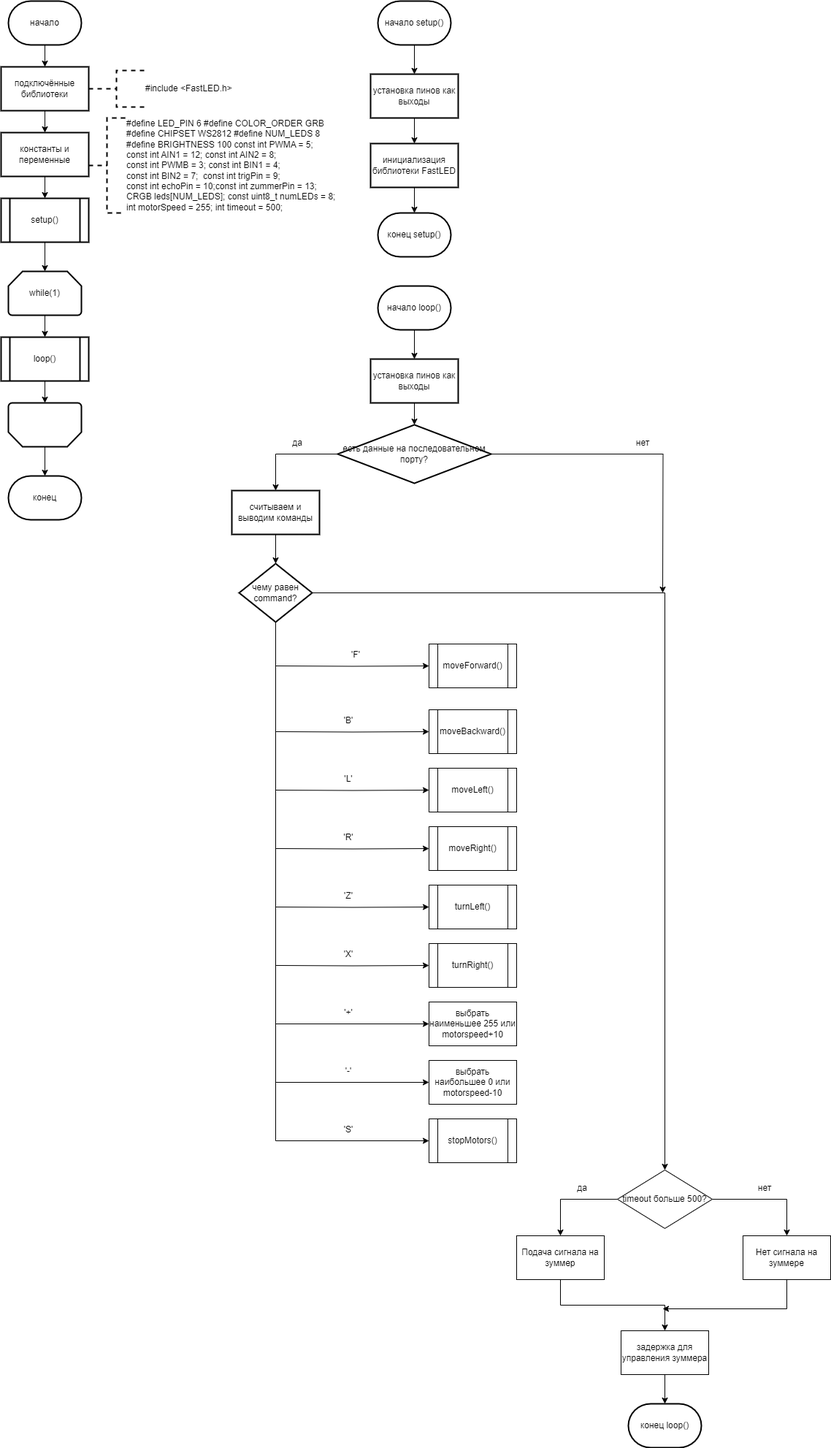
Before: Sem_2/shemaprogram.drawio.png, a diagram exported from draw.io (ksinph/PSTU_LABS_2023). Source tidied: cells renumbered, new cells last; positions are measured from the earlier drawing's top-left corner, leaving out a move shared by most shapes. Source of this version:
```xml
<mxGraphModel>
  <root>
    <mxCell id="0" />
    <mxCell id="1" parent="0" />
    <mxCell id="2" style="edgeStyle=orthogonalEdgeStyle;rounded=0;jettySize=auto;html=1;" parent="1" edge="1" source="3" target="5">
      <mxGeometry relative="1" as="geometry" />
    </mxCell>
    <mxCell id="3" value="начало" style="strokeWidth=2;html=1;shape=mxgraph.flowchart.terminator;whiteSpace=wrap;" parent="1" vertex="1">
      <mxGeometry x="10" width="100" height="60" as="geometry" />
    </mxCell>
    <mxCell id="4" style="edgeStyle=orthogonalEdgeStyle;rounded=0;jettySize=auto;html=1;" parent="1" edge="1" source="5" target="7">
      <mxGeometry relative="1" as="geometry" />
    </mxCell>
    <mxCell id="5" value="подключённые библиотеки" style="whiteSpace=wrap;html=1;strokeWidth=2;" parent="1" vertex="1">
      <mxGeometry y="90" width="120" height="60" as="geometry" />
    </mxCell>
    <mxCell id="6" style="edgeStyle=orthogonalEdgeStyle;rounded=0;jettySize=auto;html=1;" parent="1" edge="1" source="7" target="9">
      <mxGeometry relative="1" as="geometry" />
    </mxCell>
    <mxCell id="7" value="константы и переменные" style="whiteSpace=wrap;html=1;strokeWidth=2;" parent="1" vertex="1">
      <mxGeometry y="180" width="120" height="60" as="geometry" />
    </mxCell>
    <mxCell id="8" style="edgeStyle=orthogonalEdgeStyle;rounded=0;jettySize=auto;html=1;exitX=0.5;exitY=1;exitDx=0;exitDy=0;" parent="1" edge="1" source="9" target="11">
      <mxGeometry relative="1" as="geometry" />
    </mxCell>
    <mxCell id="9" value="setup()" style="shape=process;whiteSpace=wrap;html=1;backgroundOutline=1;strokeWidth=2;" parent="1" vertex="1">
      <mxGeometry y="270" width="120" height="60" as="geometry" />
    </mxCell>
    <mxCell id="10" style="edgeStyle=orthogonalEdgeStyle;rounded=0;jettySize=auto;html=1;" parent="1" edge="1" source="11" target="12">
      <mxGeometry relative="1" as="geometry" />
    </mxCell>
    <mxCell id="11" value="while(1)" style="strokeWidth=2;html=1;shape=mxgraph.flowchart.loop_limit;whiteSpace=wrap;" parent="1" vertex="1">
      <mxGeometry x="10" y="370" width="100" height="60" as="geometry" />
    </mxCell>
    <mxCell id="12" value="loop()" style="shape=process;whiteSpace=wrap;html=1;backgroundOutline=1;strokeWidth=2;" parent="1" vertex="1">
      <mxGeometry y="460" width="120" height="60" as="geometry" />
    </mxCell>
    <mxCell id="13" style="strokeWidth=2;html=1;shape=mxgraph.flowchart.loop_limit;whiteSpace=wrap;rotation=-180;" parent="1" vertex="1">
      <mxGeometry x="10" y="550" width="100" height="60" as="geometry" />
    </mxCell>
    <mxCell id="14" style="edgeStyle=orthogonalEdgeStyle;rounded=0;jettySize=auto;html=1;exitX=0.5;exitY=1;exitDx=0;exitDy=0;entryX=0.5;entryY=1;entryDx=0;entryDy=0;entryPerimeter=0;" parent="1" edge="1" source="12" target="13">
      <mxGeometry relative="1" as="geometry" />
    </mxCell>
    <mxCell id="15" value="конец" style="strokeWidth=2;html=1;shape=mxgraph.flowchart.terminator;whiteSpace=wrap;" parent="1" vertex="1">
      <mxGeometry x="10" y="650" width="100" height="60" as="geometry" />
    </mxCell>
    <mxCell id="16" style="edgeStyle=orthogonalEdgeStyle;rounded=0;jettySize=auto;html=1;exitX=0.5;exitY=0;exitDx=0;exitDy=0;exitPerimeter=0;entryX=0.5;entryY=0;entryDx=0;entryDy=0;entryPerimeter=0;" parent="1" edge="1" source="13" target="15">
      <mxGeometry relative="1" as="geometry" />
    </mxCell>
    <mxCell id="17" value="#include &amp;lt;FastLED.h&amp;gt;" style="strokeWidth=2;html=1;shape=mxgraph.flowchart.annotation_2;align=left;labelPosition=right;dashed=1;" parent="1" vertex="1">
      <mxGeometry x="120" y="95" width="76" height="50" as="geometry" />
    </mxCell>
    <mxCell id="18" value="&lt;div&gt;#define LED_PIN 6&amp;nbsp;&lt;span style=&quot;background-color: initial;&quot;&gt;#define COLOR_ORDER GRB&lt;/span&gt;&lt;/div&gt;&lt;div&gt;#define CHIPSET WS2812&amp;nbsp;&lt;span style=&quot;background-color: initial;&quot;&gt;#define NUM_LEDS 8&lt;/span&gt;&lt;/div&gt;&lt;div&gt;#define BRIGHTNESS 100&amp;nbsp;&lt;span style=&quot;background-color: initial;&quot;&gt;const int PWMA = 5;&amp;nbsp;&lt;/span&gt;&lt;/div&gt;&lt;div&gt;const int AIN1 = 12;&amp;nbsp;&lt;span style=&quot;background-color: initial;&quot;&gt;const int AIN2 = 8;&amp;nbsp;&lt;/span&gt;&lt;/div&gt;&lt;div&gt;const int PWMB = 3;&amp;nbsp;&lt;span style=&quot;background-color: initial;&quot;&gt;const int BIN1 = 4;&amp;nbsp;&amp;nbsp;&lt;/span&gt;&lt;/div&gt;&lt;div&gt;const int BIN2 = 7;&amp;nbsp;&amp;nbsp;&lt;span style=&quot;background-color: initial;&quot;&gt;const int trigPin = 9;&lt;/span&gt;&lt;/div&gt;&lt;div&gt;const int echoPin = 10;&lt;span style=&quot;background-color: initial;&quot;&gt;const int zummerPin = 13;&lt;/span&gt;&lt;/div&gt;&lt;div&gt;CRGB leds[NUM_LEDS];&amp;nbsp;&lt;span style=&quot;background-color: initial;&quot;&gt;const uint8_t numLEDs = 8;&amp;nbsp;&lt;/span&gt;&lt;/div&gt;&lt;div&gt;&lt;span style=&quot;background-color: initial;&quot;&gt;int motorSpeed = 255;&amp;nbsp;&lt;/span&gt;&lt;span style=&quot;background-color: initial;&quot;&gt;int timeout = 500;&lt;/span&gt;&lt;/div&gt;" style="strokeWidth=2;html=1;shape=mxgraph.flowchart.annotation_2;align=left;labelPosition=right;dashed=1;" parent="1" vertex="1">
      <mxGeometry x="120" y="160" width="50" height="130" as="geometry" />
    </mxCell>
    <mxCell id="19" style="edgeStyle=orthogonalEdgeStyle;rounded=0;jettySize=auto;html=1;" parent="1" edge="1" source="20" target="23">
      <mxGeometry relative="1" as="geometry" />
    </mxCell>
    <mxCell id="20" value="начало setup()" style="strokeWidth=2;html=1;shape=mxgraph.flowchart.terminator;whiteSpace=wrap;" parent="1" vertex="1">
      <mxGeometry x="516" width="100" height="60" as="geometry" />
    </mxCell>
    <mxCell id="21" value="конец setup()" style="strokeWidth=2;html=1;shape=mxgraph.flowchart.terminator;whiteSpace=wrap;" parent="1" vertex="1">
      <mxGeometry x="516" y="290" width="100" height="60" as="geometry" />
    </mxCell>
    <mxCell id="22" style="edgeStyle=orthogonalEdgeStyle;rounded=0;jettySize=auto;html=1;" parent="1" edge="1" source="23" target="24">
      <mxGeometry relative="1" as="geometry" />
    </mxCell>
    <mxCell id="23" value="установка пинов как выходы" style="whiteSpace=wrap;html=1;strokeWidth=2;" parent="1" vertex="1">
      <mxGeometry x="506" y="100" width="120" height="60" as="geometry" />
    </mxCell>
    <mxCell id="24" value="инициализация библиотеки FastLED" style="whiteSpace=wrap;html=1;strokeWidth=2;" parent="1" vertex="1">
      <mxGeometry x="506" y="195" width="120" height="60" as="geometry" />
    </mxCell>
    <mxCell id="25" style="edgeStyle=orthogonalEdgeStyle;rounded=0;jettySize=auto;html=1;exitX=0.5;exitY=1;exitDx=0;exitDy=0;entryX=0.5;entryY=0;entryDx=0;entryDy=0;entryPerimeter=0;" parent="1" edge="1" source="24" target="21">
      <mxGeometry relative="1" as="geometry" />
    </mxCell>
    <mxCell id="26" style="edgeStyle=orthogonalEdgeStyle;rounded=0;jettySize=auto;html=1;" parent="1" edge="1" source="27" target="29">
      <mxGeometry relative="1" as="geometry" />
    </mxCell>
    <mxCell id="27" value="начало loop()" style="strokeWidth=2;html=1;shape=mxgraph.flowchart.terminator;whiteSpace=wrap;" parent="1" vertex="1">
      <mxGeometry x="516" y="390" width="100" height="60" as="geometry" />
    </mxCell>
    <mxCell id="28" style="edgeStyle=orthogonalEdgeStyle;rounded=0;jettySize=auto;html=1;" parent="1" edge="1" source="29" target="32">
      <mxGeometry relative="1" as="geometry" />
    </mxCell>
    <mxCell id="29" value="установка пинов как выходы" style="whiteSpace=wrap;html=1;strokeWidth=2;" parent="1" vertex="1">
      <mxGeometry x="506" y="490" width="120" height="60" as="geometry" />
    </mxCell>
    <mxCell id="30" style="edgeStyle=orthogonalEdgeStyle;rounded=0;jettySize=auto;html=1;" parent="1" edge="1" source="32" target="34">
      <mxGeometry relative="1" as="geometry" />
    </mxCell>
    <mxCell id="31" style="edgeStyle=orthogonalEdgeStyle;rounded=0;jettySize=auto;html=1;exitX=1;exitY=0.5;exitDx=0;exitDy=0;" parent="1" edge="1" source="32">
      <mxGeometry relative="1" as="geometry">
        <mxPoint x="906" y="810" as="targetPoint" />
      </mxGeometry>
    </mxCell>
    <mxCell id="32" value="есть данные на последовательном порту?" style="rhombus;whiteSpace=wrap;html=1;strokeWidth=2;" parent="1" vertex="1">
      <mxGeometry x="461" y="580" width="210" height="80" as="geometry" />
    </mxCell>
    <mxCell id="33" style="edgeStyle=orthogonalEdgeStyle;rounded=0;jettySize=auto;html=1;" parent="1" edge="1" source="34" target="37">
      <mxGeometry relative="1" as="geometry" />
    </mxCell>
    <mxCell id="34" value="считываем и выводим команды" style="whiteSpace=wrap;html=1;strokeWidth=2;" parent="1" vertex="1">
      <mxGeometry x="316" y="670" width="120" height="60" as="geometry" />
    </mxCell>
    <mxCell id="35" style="edgeStyle=orthogonalEdgeStyle;rounded=0;jettySize=auto;html=1;exitX=0.5;exitY=1;exitDx=0;exitDy=0;entryX=0;entryY=0.5;entryDx=0;entryDy=0;" parent="1" edge="1" source="37" target="54">
      <mxGeometry relative="1" as="geometry" />
    </mxCell>
    <mxCell id="36" style="edgeStyle=orthogonalEdgeStyle;rounded=0;jettySize=auto;html=1;exitX=1;exitY=0.5;exitDx=0;exitDy=0;entryX=0.5;entryY=0;entryDx=0;entryDy=0;" parent="1" edge="1" source="37" target="57">
      <mxGeometry relative="1" as="geometry" />
    </mxCell>
    <mxCell id="37" value="чему равен command?" style="rhombus;whiteSpace=wrap;html=1;strokeWidth=2;" parent="1" vertex="1">
      <mxGeometry x="326" y="770" width="100" height="80" as="geometry" />
    </mxCell>
    <mxCell id="38" style="edgeStyle=orthogonalEdgeStyle;rounded=0;jettySize=auto;html=1;" parent="1" edge="1" target="39">
      <mxGeometry relative="1" as="geometry">
        <mxPoint x="376" y="910" as="sourcePoint" />
      </mxGeometry>
    </mxCell>
    <mxCell id="39" value="moveForward()" style="shape=process;whiteSpace=wrap;html=1;backgroundOutline=1;" parent="1" vertex="1">
      <mxGeometry x="586" y="880" width="120" height="60" as="geometry" />
    </mxCell>
    <mxCell id="40" style="edgeStyle=orthogonalEdgeStyle;rounded=0;jettySize=auto;html=1;" parent="1" edge="1" target="41">
      <mxGeometry relative="1" as="geometry">
        <mxPoint x="376" y="1000" as="sourcePoint" />
      </mxGeometry>
    </mxCell>
    <mxCell id="41" value="moveBackward()" style="shape=process;whiteSpace=wrap;html=1;backgroundOutline=1;" parent="1" vertex="1">
      <mxGeometry x="586" y="970" width="120" height="60" as="geometry" />
    </mxCell>
    <mxCell id="42" style="edgeStyle=orthogonalEdgeStyle;rounded=0;jettySize=auto;html=1;" parent="1" edge="1" target="43">
      <mxGeometry relative="1" as="geometry">
        <mxPoint x="376" y="1080" as="sourcePoint" />
      </mxGeometry>
    </mxCell>
    <mxCell id="43" value="moveLeft()" style="shape=process;whiteSpace=wrap;html=1;backgroundOutline=1;" parent="1" vertex="1">
      <mxGeometry x="586" y="1050" width="120" height="60" as="geometry" />
    </mxCell>
    <mxCell id="44" style="edgeStyle=orthogonalEdgeStyle;rounded=0;jettySize=auto;html=1;" parent="1" edge="1" target="45">
      <mxGeometry relative="1" as="geometry">
        <mxPoint x="376" y="1160" as="sourcePoint" />
      </mxGeometry>
    </mxCell>
    <mxCell id="45" value="moveRight()" style="shape=process;whiteSpace=wrap;html=1;backgroundOutline=1;" parent="1" vertex="1">
      <mxGeometry x="586" y="1130" width="120" height="60" as="geometry" />
    </mxCell>
    <mxCell id="46" style="edgeStyle=orthogonalEdgeStyle;rounded=0;jettySize=auto;html=1;" parent="1" edge="1" target="47">
      <mxGeometry relative="1" as="geometry">
        <mxPoint x="376" y="1240" as="sourcePoint" />
      </mxGeometry>
    </mxCell>
    <mxCell id="47" value="turnLeft()" style="shape=process;whiteSpace=wrap;html=1;backgroundOutline=1;" parent="1" vertex="1">
      <mxGeometry x="586" y="1210" width="120" height="60" as="geometry" />
    </mxCell>
    <mxCell id="48" style="edgeStyle=orthogonalEdgeStyle;rounded=0;jettySize=auto;html=1;" parent="1" edge="1" target="49">
      <mxGeometry relative="1" as="geometry">
        <mxPoint x="376" y="1320" as="sourcePoint" />
      </mxGeometry>
    </mxCell>
    <mxCell id="49" value="turnRight()" style="shape=process;whiteSpace=wrap;html=1;backgroundOutline=1;" parent="1" vertex="1">
      <mxGeometry x="586" y="1290" width="120" height="60" as="geometry" />
    </mxCell>
    <mxCell id="50" style="edgeStyle=orthogonalEdgeStyle;rounded=0;orthogonalLoop=1;jettySize=auto;html=1;" parent="1" edge="1">
      <mxGeometry relative="1" as="geometry">
        <mxPoint x="376" y="1400" as="sourcePoint" />
        <mxPoint x="586" y="1400" as="targetPoint" />
      </mxGeometry>
    </mxCell>
    <mxCell id="51" style="edgeStyle=orthogonalEdgeStyle;rounded=0;orthogonalLoop=1;jettySize=auto;html=1;" parent="1" edge="1">
      <mxGeometry relative="1" as="geometry">
        <mxPoint x="376" y="1480" as="sourcePoint" />
        <mxPoint x="586" y="1480" as="targetPoint" />
      </mxGeometry>
    </mxCell>
    <mxCell id="52" value="выбрать наименьшее 255 или motorspeed+10" style="rounded=0;whiteSpace=wrap;html=1;" parent="1" vertex="1">
      <mxGeometry x="586" y="1370" width="120" height="60" as="geometry" />
    </mxCell>
    <mxCell id="53" value="выбрать наибольшее 0 или motorspeed-10" style="rounded=0;whiteSpace=wrap;html=1;" parent="1" vertex="1">
      <mxGeometry x="586" y="1450" width="120" height="60" as="geometry" />
    </mxCell>
    <mxCell id="54" value="stopMotors()" style="shape=process;whiteSpace=wrap;html=1;backgroundOutline=1;" parent="1" vertex="1">
      <mxGeometry x="586" y="1530" width="120" height="60" as="geometry" />
    </mxCell>
    <mxCell id="55" style="edgeStyle=orthogonalEdgeStyle;rounded=0;jettySize=auto;html=1;" parent="1" edge="1" source="57" target="68">
      <mxGeometry relative="1" as="geometry" />
    </mxCell>
    <mxCell id="56" style="edgeStyle=orthogonalEdgeStyle;rounded=0;jettySize=auto;html=1;" parent="1" edge="1" source="57" target="70">
      <mxGeometry relative="1" as="geometry" />
    </mxCell>
    <mxCell id="57" value="timeout больше 500?" style="rhombus;whiteSpace=wrap;html=1;" parent="1" vertex="1">
      <mxGeometry x="844" y="1600" width="130" height="80" as="geometry" />
    </mxCell>
    <mxCell id="58" value="'F'" style="text;html=1;align=center;verticalAlign=middle;whiteSpace=wrap;rounded=0;" parent="1" vertex="1">
      <mxGeometry x="456" y="880" width="60" height="30" as="geometry" />
    </mxCell>
    <mxCell id="59" value="'B'" style="text;html=1;align=center;verticalAlign=middle;whiteSpace=wrap;rounded=0;" parent="1" vertex="1">
      <mxGeometry x="446" y="970" width="60" height="30" as="geometry" />
    </mxCell>
    <mxCell id="60" value="'L'" style="text;html=1;align=center;verticalAlign=middle;whiteSpace=wrap;rounded=0;" parent="1" vertex="1">
      <mxGeometry x="446" y="1050" width="60" height="30" as="geometry" />
    </mxCell>
    <mxCell id="61" value="'R'" style="text;html=1;align=center;verticalAlign=middle;whiteSpace=wrap;rounded=0;" parent="1" vertex="1">
      <mxGeometry x="446" y="1130" width="60" height="30" as="geometry" />
    </mxCell>
    <mxCell id="62" value="'Z'" style="text;html=1;align=center;verticalAlign=middle;whiteSpace=wrap;rounded=0;" parent="1" vertex="1">
      <mxGeometry x="446" y="1210" width="60" height="30" as="geometry" />
    </mxCell>
    <mxCell id="63" value="'X'" style="text;html=1;align=center;verticalAlign=middle;whiteSpace=wrap;rounded=0;" parent="1" vertex="1">
      <mxGeometry x="446" y="1290" width="60" height="30" as="geometry" />
    </mxCell>
    <mxCell id="64" value="'+'" style="text;html=1;align=center;verticalAlign=middle;whiteSpace=wrap;rounded=0;" parent="1" vertex="1">
      <mxGeometry x="446" y="1370" width="60" height="30" as="geometry" />
    </mxCell>
    <mxCell id="65" value="'-'" style="text;html=1;align=center;verticalAlign=middle;whiteSpace=wrap;rounded=0;" parent="1" vertex="1">
      <mxGeometry x="446" y="1450" width="60" height="30" as="geometry" />
    </mxCell>
    <mxCell id="66" value="'S'" style="text;html=1;align=center;verticalAlign=middle;whiteSpace=wrap;rounded=0;" parent="1" vertex="1">
      <mxGeometry x="446" y="1530" width="60" height="30" as="geometry" />
    </mxCell>
    <mxCell id="67" style="edgeStyle=orthogonalEdgeStyle;rounded=0;jettySize=auto;html=1;exitX=0.5;exitY=1;exitDx=0;exitDy=0;entryX=0.5;entryY=0;entryDx=0;entryDy=0;" parent="1" edge="1" source="68" target="71">
      <mxGeometry relative="1" as="geometry" />
    </mxCell>
    <mxCell id="68" value="Подача сигнала на зуммер" style="whiteSpace=wrap;html=1;" parent="1" vertex="1">
      <mxGeometry x="706" y="1690" width="120" height="60" as="geometry" />
    </mxCell>
    <mxCell id="69" style="edgeStyle=orthogonalEdgeStyle;rounded=0;jettySize=auto;html=1;exitX=0.5;exitY=1;exitDx=0;exitDy=0;" parent="1" edge="1" source="70">
      <mxGeometry relative="1" as="geometry">
        <mxPoint x="906" y="1790" as="targetPoint" />
        <Array as="points">
          <mxPoint x="1076" y="1790" />
        </Array>
      </mxGeometry>
    </mxCell>
    <mxCell id="70" value="Нет сигнала на зуммере" style="whiteSpace=wrap;html=1;" parent="1" vertex="1">
      <mxGeometry x="1016" y="1690" width="120" height="60" as="geometry" />
    </mxCell>
    <mxCell id="71" value="задержка для управления зуммера" style="rounded=0;whiteSpace=wrap;html=1;" parent="1" vertex="1">
      <mxGeometry x="849" y="1820" width="120" height="60" as="geometry" />
    </mxCell>
    <mxCell id="72" value="конец loop()" style="strokeWidth=2;html=1;shape=mxgraph.flowchart.terminator;whiteSpace=wrap;" parent="1" vertex="1">
      <mxGeometry x="859" y="1920" width="100" height="60" as="geometry" />
    </mxCell>
    <mxCell id="73" style="edgeStyle=orthogonalEdgeStyle;rounded=0;jettySize=auto;html=1;exitX=0.5;exitY=1;exitDx=0;exitDy=0;entryX=0.5;entryY=0;entryDx=0;entryDy=0;entryPerimeter=0;" parent="1" edge="1" source="71" target="72">
      <mxGeometry relative="1" as="geometry" />
    </mxCell>
    <mxCell id="74" value="да" style="text;html=1;align=center;verticalAlign=middle;whiteSpace=wrap;rounded=0;" parent="1" vertex="1">
      <mxGeometry x="376" y="590" width="60" height="30" as="geometry" />
    </mxCell>
    <mxCell id="75" value="нет" style="text;html=1;align=center;verticalAlign=middle;whiteSpace=wrap;rounded=0;" parent="1" vertex="1">
      <mxGeometry x="849" y="590" width="60" height="30" as="geometry" />
    </mxCell>
    <mxCell id="76" value="да" style="text;html=1;align=center;verticalAlign=middle;whiteSpace=wrap;rounded=0;" parent="1" vertex="1">
      <mxGeometry x="766" y="1610" width="60" height="30" as="geometry" />
    </mxCell>
    <mxCell id="77" value="нет" style="text;html=1;align=center;verticalAlign=middle;whiteSpace=wrap;rounded=0;" parent="1" vertex="1">
      <mxGeometry x="1016" y="1610" width="60" height="30" as="geometry" />
    </mxCell>
  </root>
</mxGraphModel>
```
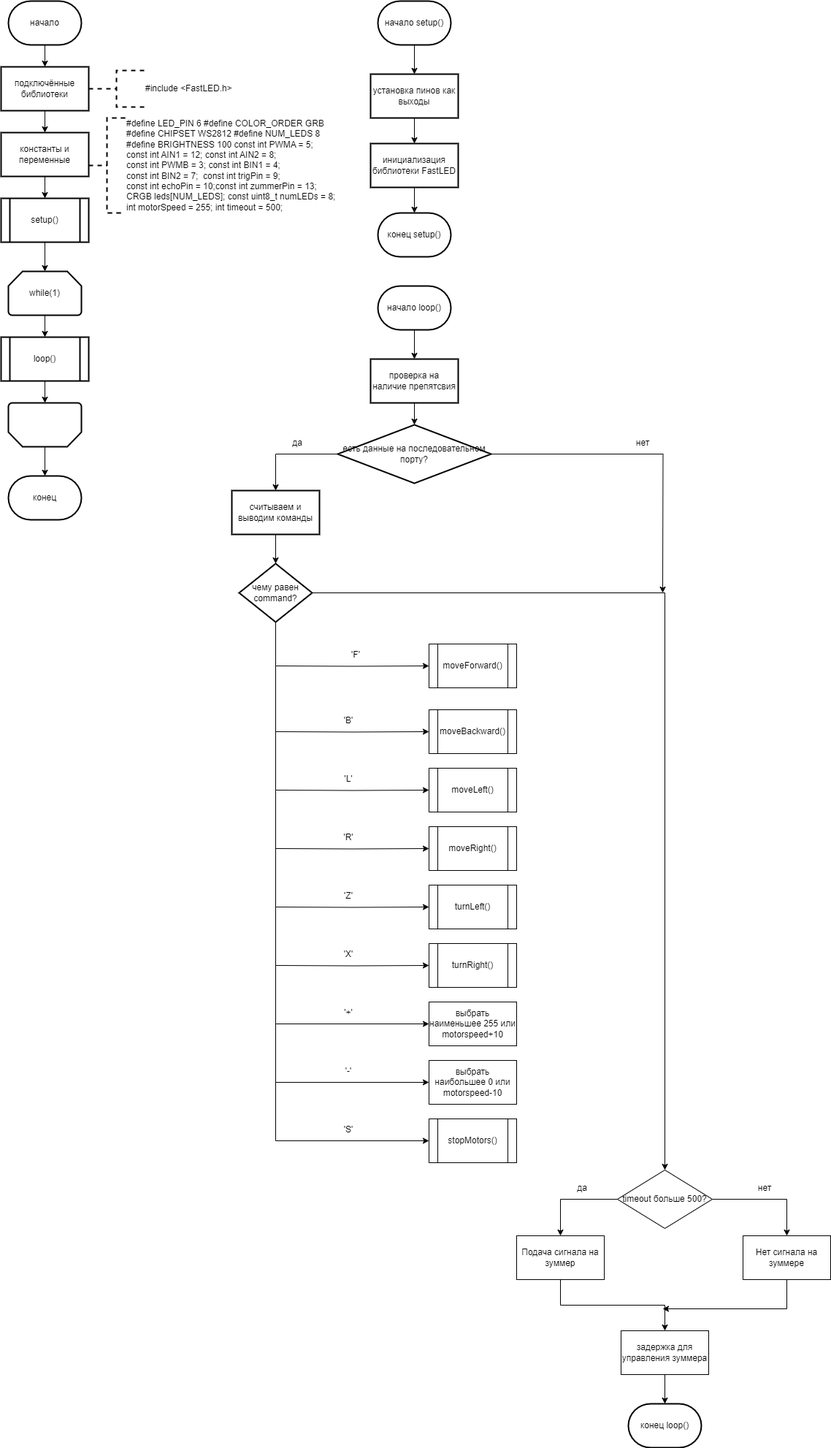
After the change.

Change to the diagram source:
```diff
@@ -83,7 +83,7 @@
     <mxCell id="28" style="edgeStyle=orthogonalEdgeStyle;rounded=0;jettySize=auto;html=1;" parent="1" edge="1" source="29" target="32">
       <mxGeometry relative="1" as="geometry" />
     </mxCell>
-    <mxCell id="29" value="установка пинов как выходы" style="whiteSpace=wrap;html=1;strokeWidth=2;" parent="1" vertex="1">
+    <mxCell id="29" value="проверка на наличие препятсвия" style="whiteSpace=wrap;html=1;strokeWidth=2;" parent="1" vertex="1">
       <mxGeometry x="506" y="490" width="120" height="60" as="geometry" />
     </mxCell>
     <mxCell id="30" style="edgeStyle=orthogonalEdgeStyle;rounded=0;jettySize=auto;html=1;" parent="1" edge="1" source="32" target="34">
```
